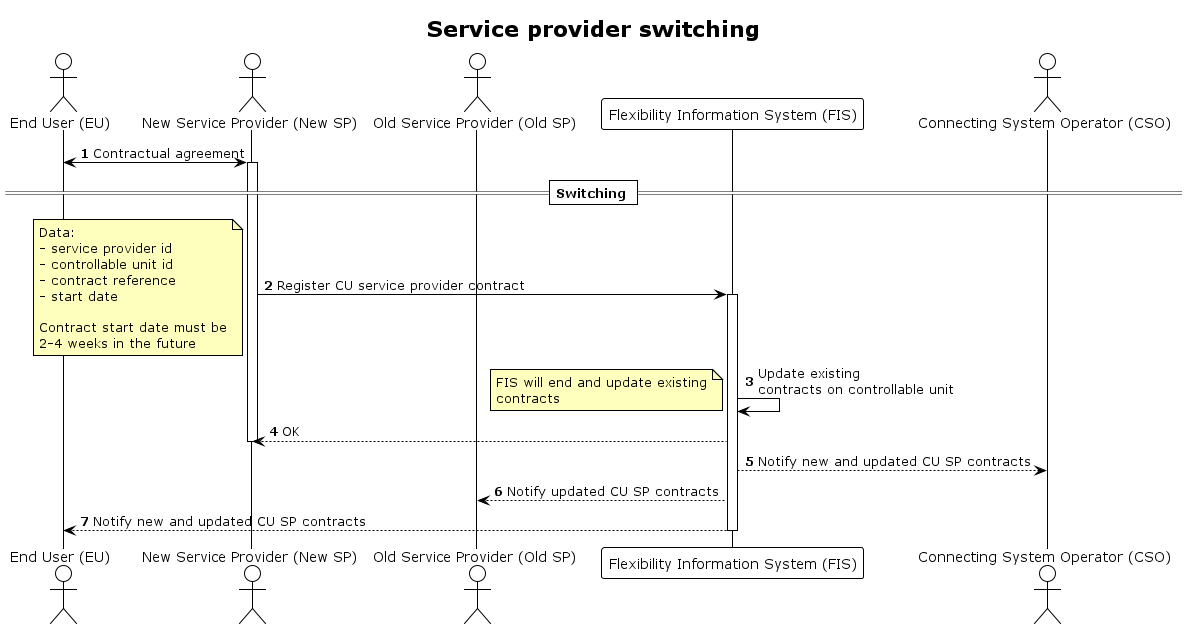
Above: docs/diagrams/service_provider_switching.png in elhub/flex-information-system (PlantUML), before the change.
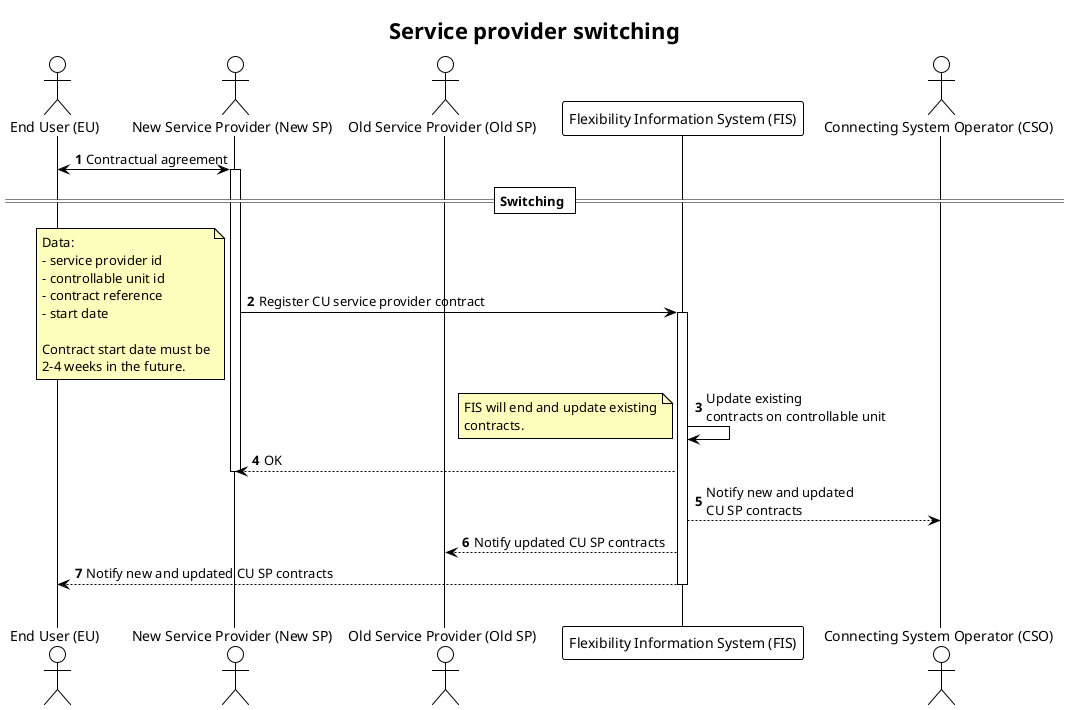
The same diagram one commit later.

The edit, as a diff of the source:
```diff
@@ -29,7 +29,7 @@
     - start date
 
     Contract start date must be
-    2-4 weeks in the future
+    2-4 weeks in the future.
 end note
 
 activate FIS
@@ -37,16 +37,16 @@
 FIS -> FIS: Update existing\ncontracts on controllable unit
 note left
     FIS will end and update existing
-    contracts
+    contracts.
 end note
 
 FIS --> SP_NEW: OK
 deactivate SP_NEW
 
-FIS --> CSO: Notify new and updated CU SP contracts
+FIS --> CSO: Notify new and updated\nCU SP contracts
 FIS --> SP_OLD: Notify updated CU SP contracts
 FIS --> EU: Notify new and updated CU SP contracts
 
 deactivate FIS
-
+|||
 @enduml
```
